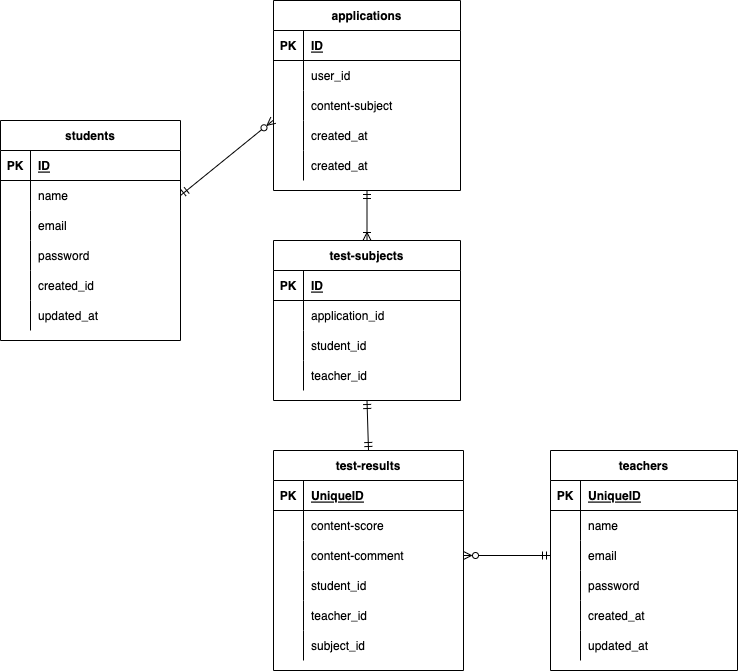
Before: DB_arrangemant.drawio.png, a diagram exported from draw.io (kengokonishi0824/DB-arrangement). Source tidied: cells renumbered, new cells last; positions are measured from the earlier drawing's top-left corner, leaving out a move shared by most shapes.
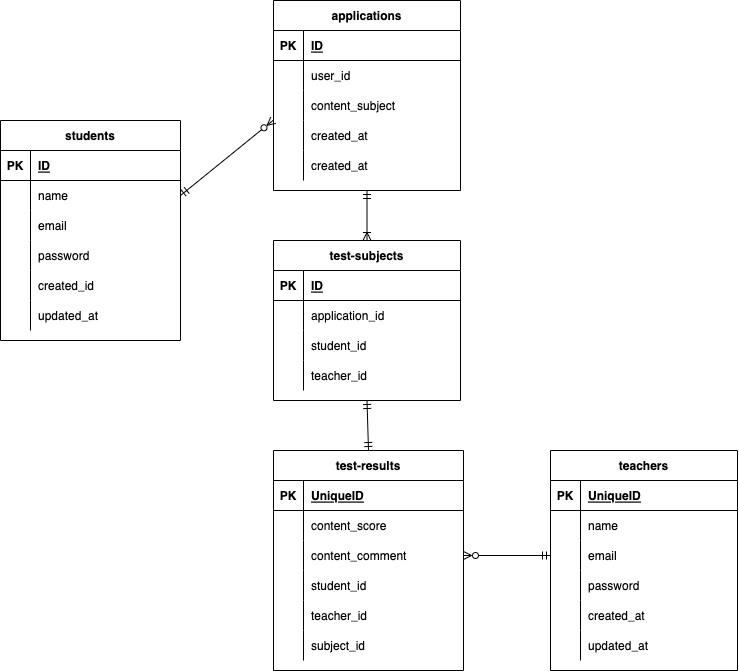
Later version of the same file.

The edit, as a diff of the source:
```diff
@@ -134,7 +134,7 @@
     <mxCell id="45" style="shape=partialRectangle;fillColor=none;top=0;left=0;bottom=0;right=0;overflow=hidden;" parent="44" vertex="1">
       <mxGeometry width="30" height="30" as="geometry" />
     </mxCell>
-    <mxCell id="46" value="content-score" style="shape=partialRectangle;fillColor=none;top=0;left=0;bottom=0;right=0;align=left;spacingLeft=6;overflow=hidden;" parent="44" vertex="1">
+    <mxCell id="46" value="content_score" style="shape=partialRectangle;fillColor=none;top=0;left=0;bottom=0;right=0;align=left;spacingLeft=6;overflow=hidden;" parent="44" vertex="1">
       <mxGeometry x="30" width="160" height="30" as="geometry" />
     </mxCell>
     <mxCell id="47" style="shape=partialRectangle;fillColor=none;top=0;left=0;bottom=0;right=0;points=[[0,0.5],[1,0.5]];portConstraint=eastwest;" parent="40" vertex="1">
@@ -143,7 +143,7 @@
     <mxCell id="48" style="shape=partialRectangle;fillColor=none;top=0;left=0;bottom=0;right=0;overflow=hidden;" parent="47" vertex="1">
       <mxGeometry width="30" height="30" as="geometry" />
     </mxCell>
-    <mxCell id="49" value="content-comment" style="shape=partialRectangle;fillColor=none;top=0;left=0;bottom=0;right=0;align=left;spacingLeft=6;overflow=hidden;" parent="47" vertex="1">
+    <mxCell id="49" value="content_comment" style="shape=partialRectangle;fillColor=none;top=0;left=0;bottom=0;right=0;align=left;spacingLeft=6;overflow=hidden;" parent="47" vertex="1">
       <mxGeometry x="30" width="160" height="30" as="geometry" />
     </mxCell>
     <mxCell id="50" style="shape=partialRectangle;fillColor=none;top=0;left=0;bottom=0;right=0;" parent="40" vertex="1">
@@ -200,7 +200,7 @@
     <mxCell id="67" style="shape=partialRectangle;fillColor=none;top=0;left=0;bottom=0;right=0;overflow=hidden;" parent="66" vertex="1">
       <mxGeometry width="30" height="30" as="geometry" />
     </mxCell>
-    <mxCell id="68" value="content-subject" style="shape=partialRectangle;fillColor=none;top=0;left=0;bottom=0;right=0;align=left;spacingLeft=6;overflow=hidden;" parent="66" vertex="1">
+    <mxCell id="68" value="content_subject" style="shape=partialRectangle;fillColor=none;top=0;left=0;bottom=0;right=0;align=left;spacingLeft=6;overflow=hidden;" parent="66" vertex="1">
       <mxGeometry x="30" width="157" height="30" as="geometry" />
     </mxCell>
     <mxCell id="69" style="shape=partialRectangle;fillColor=none;top=0;left=0;bottom=0;right=0;points=[[0,0.5],[1,0.5]];portConstraint=eastwest;" parent="59" vertex="1">
```
